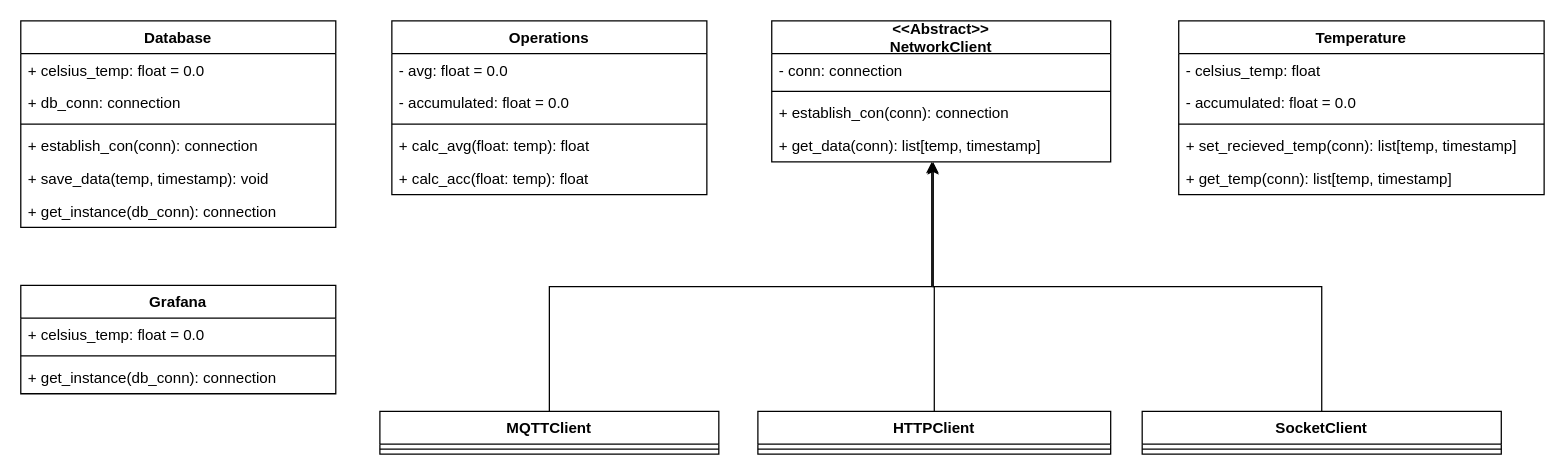
The draw.io diagram page "client arch" (2 of 5) of architechture.drawio in rjOwl/forest-fire-forecasting, before the edit. Source tidied: cells renumbered, new cells numbered last; positions are measured from the earlier drawing's top-left corner, leaving out a move shared by most shapes. Both pictures are drawn from the tidied source at 126%, with x=0, y=0 at pixel (20, 20).
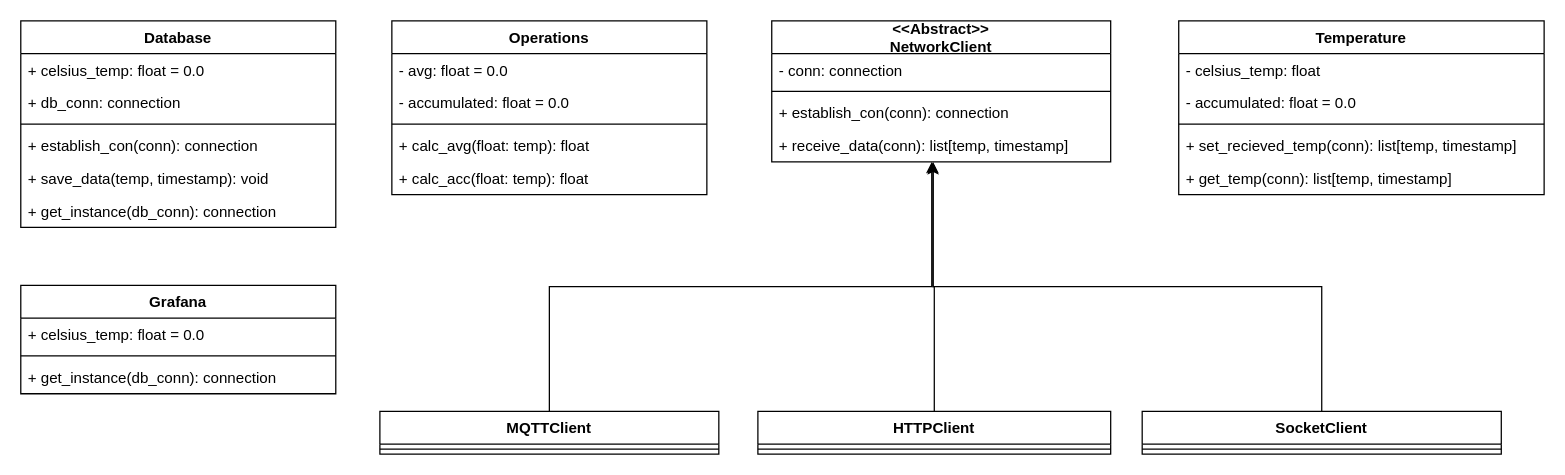
The same diagram, later.

Unchanged cells that the change refers to:
```xml
<mxCell id="2" value="&lt;&lt;Abstract&gt;&gt;&#10;NetworkClient" style="swimlane;fontStyle=1;align=center;verticalAlign=middle;horizontal=1;startSize=26;fillColor=none;" parent="1" vertex="1">
  <mxGeometry x="596" width="269" height="112" as="geometry" />
</mxCell>
```

What changed in the source:
```diff
@@
-    <mxCell id="6" value="+ get_data(conn): list[temp, timestamp]" style="text;strokeColor=none;fillColor=none;align=left;verticalAlign=top;spacingLeft=4;spacingRight=4;overflow=hidden;points=[[0,0.5],[1,0.5]];portConstraint=eastwest;" parent="2" vertex="1">
+    <mxCell id="6" value="+ receive_data(conn): list[temp, timestamp]" style="text;strokeColor=none;fillColor=none;align=left;verticalAlign=top;spacingLeft=4;spacingRight=4;overflow=hidden;points=[[0,0.5],[1,0.5]];portConstraint=eastwest;" parent="2" vertex="1">
       <mxGeometry y="86" width="269" height="26" as="geometry" />
     </mxCell>
```
